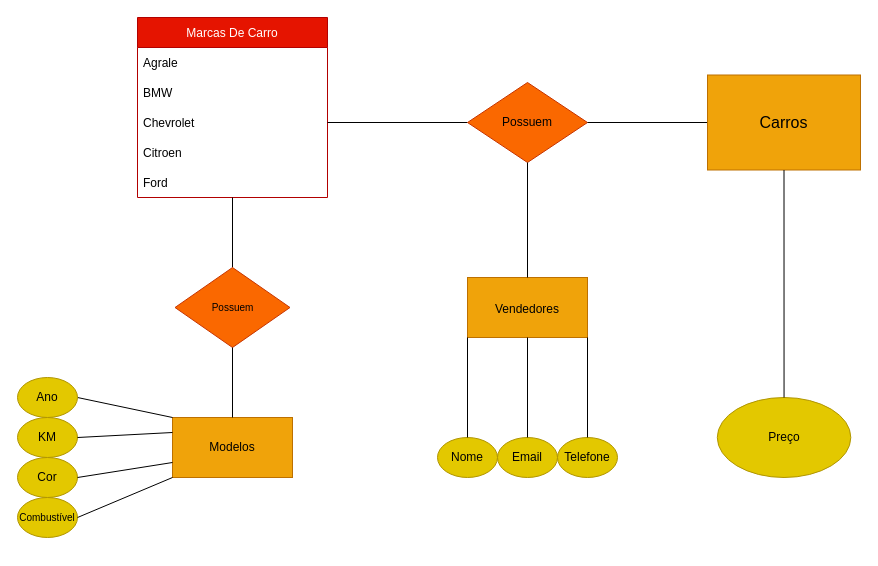
Above: loja de carros.drawio in giocrivellaro/gioteste (draw.io), before the change. Source tidied: cells renumbered, new cells numbered last; positions are measured from the earlier drawing's top-left corner, leaving out a move shared by most shapes. Both pictures are drawn from the tidied source at 100%, with x=0, y=0 at pixel (17, 17).
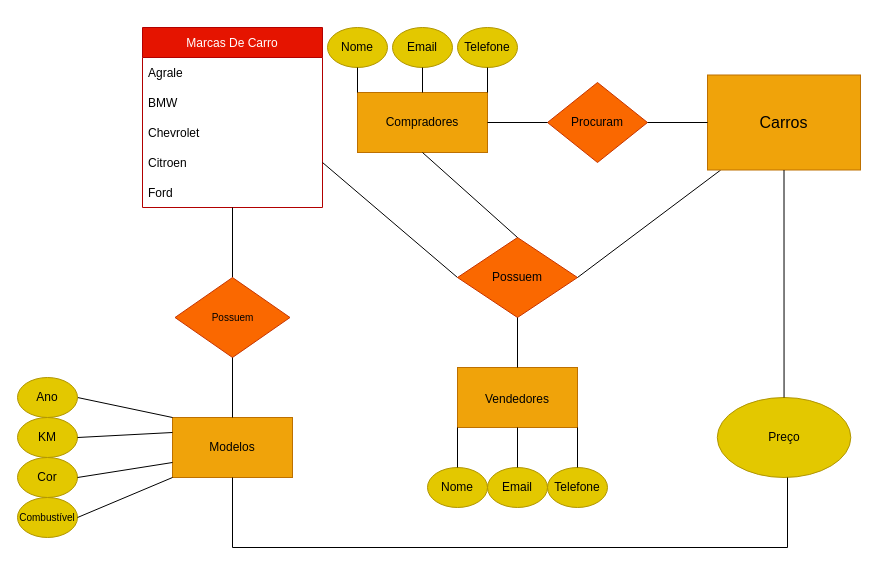
Above is the later version.

The change refers to these unchanged cells:
```xml
<mxCell id="11" value="Modelos" style="rounded=0;whiteSpace=wrap;html=1;fillColor=#f0a30a;fontColor=#000000;strokeColor=#BD7000;" parent="1" vertex="1">
  <mxGeometry x="155" y="400" width="120" height="60" as="geometry" />
</mxCell>
<mxCell id="23" value="&lt;font style=&quot;font-size: 16px&quot;&gt;Carros&lt;/font&gt;" style="rounded=0;whiteSpace=wrap;html=1;fontSize=10;fillColor=#f0a30a;fontColor=#000000;strokeColor=#BD7000;" parent="1" vertex="1">
  <mxGeometry x="690" y="57.5" width="153" height="95" as="geometry" />
</mxCell>
```

The edit, as a diff of the source:
```diff
@@
     <mxCell id="2" value="Marcas De Carro" style="swimlane;fontStyle=0;horizontal=1;startSize=30;fillColor=#e51400;fontColor=#ffffff;strokeColor=#B20000;" parent="1" vertex="1">
-      <mxGeometry x="120" width="190" height="180" as="geometry" />
+      <mxGeometry x="125" y="10" width="180" height="180" as="geometry" />
     </mxCell>
     <mxCell id="3" value="Agrale" style="text;align=left;verticalAlign=middle;spacingLeft=4;spacingRight=4;overflow=hidden;" parent="2" vertex="1">
-      <mxGeometry y="30" width="190" height="30" as="geometry" />
+      <mxGeometry y="30" width="180" height="30" as="geometry" />
     </mxCell>
     <mxCell id="4" value="BMW" style="text;strokeColor=none;fillColor=none;align=left;verticalAlign=middle;spacingLeft=4;spacingRight=4;overflow=hidden;" parent="2" vertex="1">
-      <mxGeometry y="60" width="190" height="30" as="geometry" />
+      <mxGeometry y="60" width="180" height="30" as="geometry" />
     </mxCell>
     <mxCell id="5" value="Chevrolet" style="text;strokeColor=none;fillColor=none;align=left;verticalAlign=middle;spacingLeft=4;spacingRight=4;overflow=hidden;points=[[0,0.5],[1,0.5]];portConstraint=eastwest;" parent="2" vertex="1">
-      <mxGeometry y="90" width="190" height="30" as="geometry" />
+      <mxGeometry y="90" width="180" height="30" as="geometry" />
     </mxCell>
     <mxCell id="6" value="Citroen" style="text;strokeColor=none;fillColor=none;align=left;verticalAlign=middle;spacingLeft=4;spacingRight=4;overflow=hidden;points=[[0,0.5],[1,0.5]];portConstraint=eastwest;" parent="2" vertex="1">
-      <mxGeometry y="120" width="190" height="30" as="geometry" />
+      <mxGeometry y="120" width="180" height="30" as="geometry" />
     </mxCell>
     <mxCell id="7" value="Ford" style="text;strokeColor=none;fillColor=none;align=left;verticalAlign=middle;spacingLeft=4;spacingRight=4;overflow=hidden;points=[[0,0.5],[1,0.5]];portConstraint=eastwest;" parent="2" vertex="1">
-      <mxGeometry y="150" width="190" height="30" as="geometry" />
+      <mxGeometry y="150" width="180" height="30" as="geometry" />
     </mxCell>
-    <mxCell id="8" style="endArrow=none;html=1;rounded=0;exitX=1;exitY=0.5;exitDx=0;exitDy=0;entryX=0;entryY=0.5;entryDx=0;entryDy=0;" parent="1" edge="1" source="5" target="9">
+    <mxCell id="8" style="endArrow=none;html=1;rounded=0;entryX=0;entryY=0.5;entryDx=0;entryDy=0;exitX=1;exitY=0.5;exitDx=0;exitDy=0;" parent="1" edge="1" source="6" target="9">
       <mxGeometry relative="1" as="geometry" />
     </mxCell>
     <mxCell id="9" value="Possuem" style="rhombus;whiteSpace=wrap;html=1;fillColor=#fa6800;fontColor=#000000;strokeColor=#C73500;" parent="1" vertex="1">
-      <mxGeometry x="450" y="65" width="120" height="80" as="geometry" />
+      <mxGeometry x="440" y="220" width="120" height="80" as="geometry" />
     </mxCell>
@@
     <mxCell id="20" value="Possuem" style="rhombus;whiteSpace=wrap;html=1;fontSize=10;fillColor=#fa6800;fontColor=#000000;strokeColor=#C73500;" parent="1" vertex="1">
-      <mxGeometry x="157.5" y="250" width="115" height="80" as="geometry" />
+      <mxGeometry x="157.5" y="260" width="115" height="80" as="geometry" />
     </mxCell>
@@
     <mxCell id="24" value="&lt;font style=&quot;font-size: 12px&quot;&gt;Vendedores&lt;/font&gt;" style="rounded=0;whiteSpace=wrap;html=1;fontSize=16;fillColor=#f0a30a;fontColor=#000000;strokeColor=#BD7000;" parent="1" vertex="1">
-      <mxGeometry x="450" y="260" width="120" height="60" as="geometry" />
+      <mxGeometry x="440" y="350" width="120" height="60" as="geometry" />
     </mxCell>
@@
     <mxCell id="26" value="Nome" style="ellipse;whiteSpace=wrap;html=1;fontSize=12;fillColor=#e3c800;fontColor=#000000;strokeColor=#B09500;" parent="1" vertex="1">
-      <mxGeometry x="420" y="420" width="60" height="40" as="geometry" />
+      <mxGeometry x="410" y="450" width="60" height="40" as="geometry" />
     </mxCell>
     <mxCell id="27" value="Email" style="ellipse;whiteSpace=wrap;html=1;fontSize=12;fillColor=#e3c800;fontColor=#000000;strokeColor=#B09500;" parent="1" vertex="1">
-      <mxGeometry x="480" y="420" width="60" height="40" as="geometry" />
+      <mxGeometry x="470" y="450" width="60" height="40" as="geometry" />
     </mxCell>
     <mxCell id="28" value="Telefone" style="ellipse;whiteSpace=wrap;html=1;fontSize=12;fillColor=#e3c800;fontColor=#000000;strokeColor=#B09500;" parent="1" vertex="1">
-      <mxGeometry x="540" y="420" width="60" height="40" as="geometry" />
+      <mxGeometry x="530" y="450" width="60" height="40" as="geometry" />
     </mxCell>
@@
+    <mxCell id="34" value="Compradores" style="rounded=0;whiteSpace=wrap;html=1;fontSize=12;fillColor=#f0a30a;fontColor=#000000;strokeColor=#BD7000;" parent="1" vertex="1">
+      <mxGeometry x="340" y="75" width="130" height="60" as="geometry" />
+    </mxCell>
+    <mxCell id="35" style="endArrow=none;html=1;rounded=0;fontSize=12;entryX=0.5;entryY=0;entryDx=0;entryDy=0;exitX=0.5;exitY=1;exitDx=0;exitDy=0;" parent="1" edge="1" source="34" target="9">
+      <mxGeometry relative="1" as="geometry" />
+    </mxCell>
+    <mxCell id="36" value="Procuram" style="rhombus;whiteSpace=wrap;html=1;fontSize=12;fillColor=#fa6800;fontColor=#000000;strokeColor=#C73500;" parent="1" vertex="1">
+      <mxGeometry x="530" y="65" width="100" height="80" as="geometry" />
+    </mxCell>
+    <mxCell id="37" style="endArrow=none;html=1;rounded=0;fontSize=12;entryX=0;entryY=0.5;entryDx=0;entryDy=0;exitX=1;exitY=0.5;exitDx=0;exitDy=0;" parent="1" edge="1" source="34" target="36">
+      <mxGeometry relative="1" as="geometry" />
+    </mxCell>
+    <mxCell id="38" style="endArrow=none;html=1;rounded=0;fontSize=12;entryX=0;entryY=0.5;entryDx=0;entryDy=0;exitX=1;exitY=0.5;exitDx=0;exitDy=0;" parent="1" edge="1" source="36" target="23">
+      <mxGeometry relative="1" as="geometry" />
+    </mxCell>
+    <mxCell id="39" value="Nome" style="ellipse;whiteSpace=wrap;html=1;fontSize=12;fillColor=#e3c800;fontColor=#000000;strokeColor=#B09500;" parent="1" vertex="1">
+      <mxGeometry x="310" y="10" width="60" height="40" as="geometry" />
+    </mxCell>
+    <mxCell id="40" value="Email" style="ellipse;whiteSpace=wrap;html=1;fontSize=12;fillColor=#e3c800;fontColor=#000000;strokeColor=#B09500;" parent="1" vertex="1">
+      <mxGeometry x="375" y="10" width="60" height="40" as="geometry" />
+    </mxCell>
+    <mxCell id="41" value="Telefone" style="ellipse;whiteSpace=wrap;html=1;fontSize=12;fillColor=#e3c800;fontColor=#000000;strokeColor=#B09500;" parent="1" vertex="1">
+      <mxGeometry x="440" y="10" width="60" height="40" as="geometry" />
+    </mxCell>
+    <mxCell id="42" style="endArrow=none;html=1;rounded=0;fontSize=12;entryX=0.5;entryY=1;entryDx=0;entryDy=0;exitX=0;exitY=0;exitDx=0;exitDy=0;" parent="1" edge="1" source="34" target="39">
+      <mxGeometry relative="1" as="geometry" />
+    </mxCell>
+    <mxCell id="43" style="endArrow=none;html=1;rounded=0;fontSize=12;entryX=0.5;entryY=1;entryDx=0;entryDy=0;exitX=0.5;exitY=0;exitDx=0;exitDy=0;" parent="1" edge="1" source="34" target="40">
+      <mxGeometry relative="1" as="geometry" />
+    </mxCell>
+    <mxCell id="44" style="endArrow=none;html=1;rounded=0;fontSize=12;entryX=0.5;entryY=1;entryDx=0;entryDy=0;exitX=1;exitY=0;exitDx=0;exitDy=0;" parent="1" edge="1" source="34" target="41">
+      <mxGeometry relative="1" as="geometry" />
+    </mxCell>
+    <mxCell id="45" style="endArrow=none;html=1;rounded=0;fontSize=12;exitX=0.5;exitY=1;exitDx=0;exitDy=0;" parent="1" edge="1" source="11">
+      <mxGeometry relative="1" as="geometry">
+        <mxPoint x="770" y="460" as="targetPoint" />
+        <Array as="points">
+          <mxPoint x="215" y="530" />
+          <mxPoint x="770" y="530" />
+        </Array>
+      </mxGeometry>
+    </mxCell>
```
